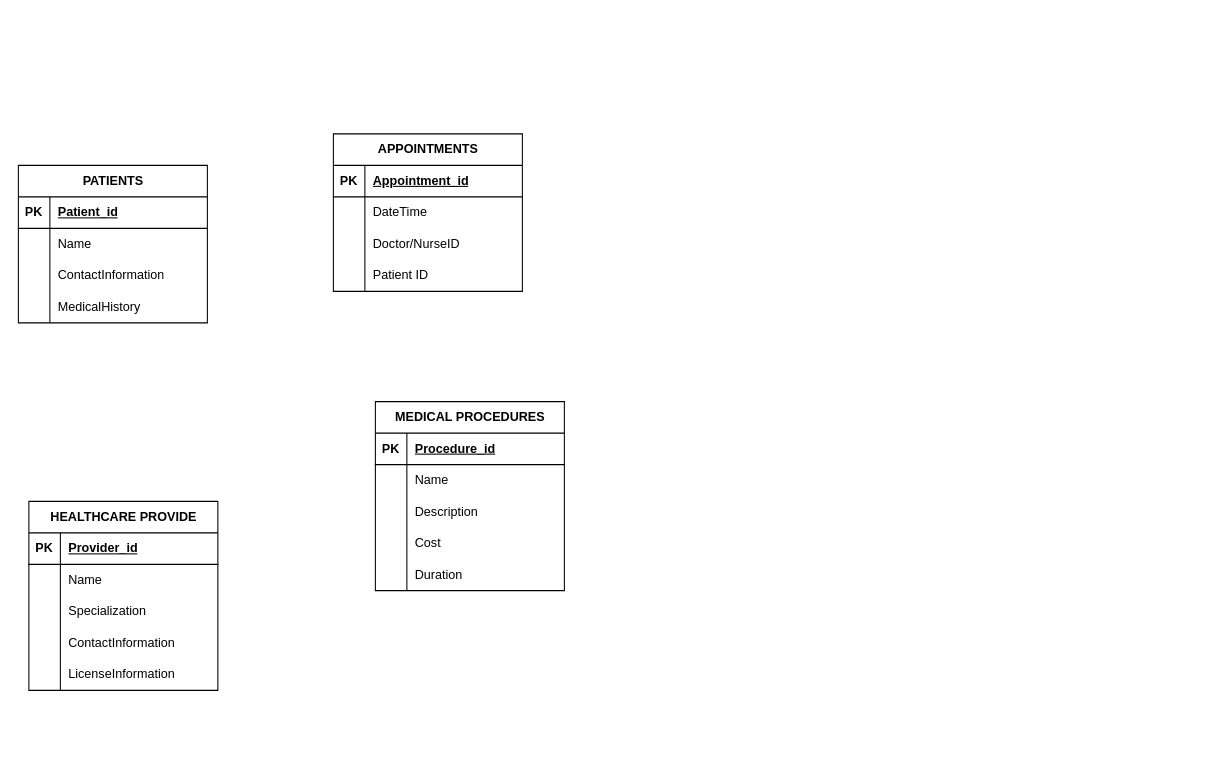
Above: page "Capstone" (5 of 5) of SP703.drawio in vinsanity2022/ERD_SP703 (draw.io), before the change. Source tidied: cells renumbered, new cells numbered last; positions are measured from the earlier drawing's top-left corner, leaving out a move shared by most shapes. Both pictures are drawn from the tidied source at 105%, with x=0, y=0 at pixel (18, 133).
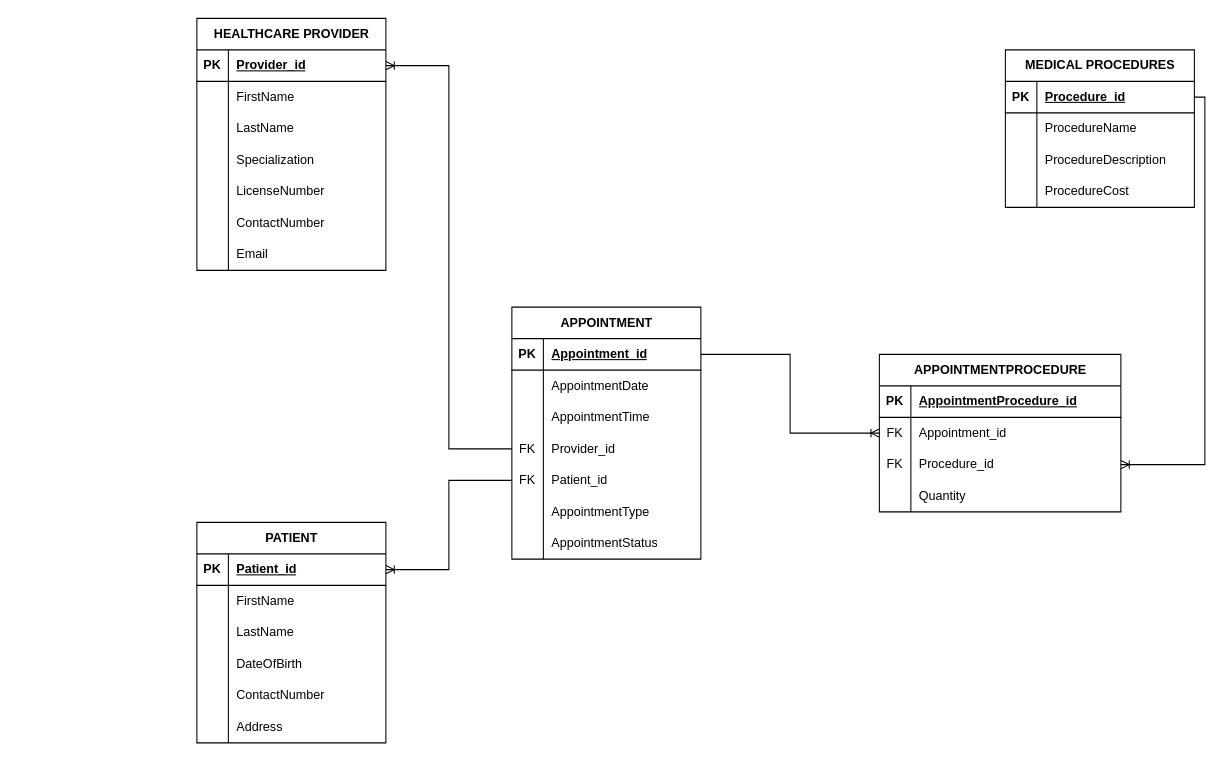
The same page after the edit.

Unchanged cells that the change refers to:
```xml
<mxCell id="3" style="shape=tableRow;horizontal=0;startSize=0;swimlaneHead=0;swimlaneBody=0;fillColor=none;points=[[0,0.5],[1,0.5]];portConstraint=eastwest;top=0;left=0;right=0;bottom=1;" parent="2" vertex="1">
  <mxGeometry y="30" width="180" height="30" as="geometry" />
</mxCell>
<mxCell id="6" style="shape=tableRow;horizontal=0;startSize=0;swimlaneHead=0;swimlaneBody=0;fillColor=none;top=0;left=0;right=0;bottom=0;" parent="2" vertex="1">
  <mxGeometry y="60" width="180" height="30" as="geometry" />
</mxCell>
<mxCell id="9" style="shape=tableRow;horizontal=0;startSize=0;swimlaneHead=0;swimlaneBody=0;fillColor=none;top=0;left=0;right=0;bottom=0;" parent="2" vertex="1">
  <mxGeometry y="90" width="180" height="30" as="geometry" />
</mxCell>
<mxCell id="12" style="shape=tableRow;horizontal=0;startSize=0;swimlaneHead=0;swimlaneBody=0;fillColor=none;top=0;left=0;right=0;bottom=0;" parent="2" vertex="1">
  <mxGeometry y="120" width="180" height="30" as="geometry" />
</mxCell>
<mxCell id="19" style="shape=tableRow;horizontal=0;startSize=0;swimlaneHead=0;swimlaneBody=0;fillColor=none;points=[[0,0.5],[1,0.5]];portConstraint=eastwest;top=0;left=0;right=0;bottom=1;" parent="18" vertex="1">
  <mxGeometry y="30" width="180" height="30" as="geometry" />
</mxCell>
<mxCell id="22" style="shape=tableRow;horizontal=0;startSize=0;swimlaneHead=0;swimlaneBody=0;fillColor=none;top=0;left=0;right=0;bottom=0;" parent="18" vertex="1">
  <mxGeometry y="60" width="180" height="30" as="geometry" />
</mxCell>
<mxCell id="25" style="shape=tableRow;horizontal=0;startSize=0;swimlaneHead=0;swimlaneBody=0;fillColor=none;top=0;left=0;right=0;bottom=0;" parent="18" vertex="1">
  <mxGeometry y="90" width="180" height="30" as="geometry" />
</mxCell>
<mxCell id="28" style="shape=tableRow;horizontal=0;startSize=0;swimlaneHead=0;swimlaneBody=0;fillColor=none;top=0;left=0;right=0;bottom=0;" parent="18" vertex="1">
  <mxGeometry y="120" width="180" height="30" as="geometry" />
</mxCell>
<mxCell id="31" style="shape=tableRow;horizontal=0;startSize=0;swimlaneHead=0;swimlaneBody=0;fillColor=none;top=0;left=0;right=0;bottom=0;" parent="18" vertex="1">
  <mxGeometry y="150" width="180" height="30" as="geometry" />
</mxCell>
<mxCell id="35" style="shape=tableRow;horizontal=0;startSize=0;swimlaneHead=0;swimlaneBody=0;fillColor=none;points=[[0,0.5],[1,0.5]];portConstraint=eastwest;top=0;left=0;right=0;bottom=1;" parent="34" vertex="1">
  <mxGeometry y="30" width="180" height="30" as="geometry" />
</mxCell>
<mxCell id="38" style="shape=tableRow;horizontal=0;startSize=0;swimlaneHead=0;swimlaneBody=0;fillColor=none;top=0;left=0;right=0;bottom=0;" parent="34" vertex="1">
  <mxGeometry y="60" width="180" height="30" as="geometry" />
</mxCell>
<mxCell id="41" style="shape=tableRow;horizontal=0;startSize=0;swimlaneHead=0;swimlaneBody=0;fillColor=none;top=0;left=0;right=0;bottom=0;" parent="34" vertex="1">
  <mxGeometry y="90" width="180" height="30" as="geometry" />
</mxCell>
<mxCell id="44" style="shape=tableRow;horizontal=0;startSize=0;swimlaneHead=0;swimlaneBody=0;fillColor=none;top=0;left=0;right=0;bottom=0;" parent="34" vertex="1">
  <mxGeometry y="120" width="180" height="30" as="geometry" />
</mxCell>
<mxCell id="48" style="shape=tableRow;horizontal=0;startSize=0;swimlaneHead=0;swimlaneBody=0;fillColor=none;points=[[0,0.5],[1,0.5]];portConstraint=eastwest;top=0;left=0;right=0;bottom=1;" parent="47" vertex="1">
  <mxGeometry y="30" width="180" height="30" as="geometry" />
</mxCell>
<mxCell id="51" style="shape=tableRow;horizontal=0;startSize=0;swimlaneHead=0;swimlaneBody=0;fillColor=none;top=0;left=0;right=0;bottom=0;" parent="47" vertex="1">
  <mxGeometry y="60" width="180" height="30" as="geometry" />
</mxCell>
<mxCell id="54" style="shape=tableRow;horizontal=0;startSize=0;swimlaneHead=0;swimlaneBody=0;fillColor=none;top=0;left=0;right=0;bottom=0;" parent="47" vertex="1">
  <mxGeometry y="90" width="180" height="30" as="geometry" />
</mxCell>
<mxCell id="57" style="shape=tableRow;horizontal=0;startSize=0;swimlaneHead=0;swimlaneBody=0;fillColor=none;points=[[0,0.5],[1,0.5]];portConstraint=eastwest;top=0;left=0;right=0;bottom=0;" parent="47" vertex="1">
  <mxGeometry y="120" width="180" height="30" as="geometry" />
</mxCell>
```

What changed in the source:
```diff
@@
     <mxCell id="2" value="MEDICAL PROCEDURES" style="shape=table;startSize=30;childLayout=tableLayout;rowLines=0;fontStyle=1;align=center;html=1;" parent="1" vertex="1">
-      <mxGeometry x="340" y="255" width="180" height="180" as="geometry" />
+      <mxGeometry x="940" y="-80" width="180" height="150" as="geometry" />
     </mxCell>
@@
-    <mxCell id="8" value="Name" style="shape=partialRectangle;fillColor=none;top=0;left=0;bottom=0;right=0;align=left;spacingLeft=6;overflow=hidden;whiteSpace=wrap;html=1;" parent="6" vertex="1">
+    <mxCell id="8" value="ProcedureName" style="shape=partialRectangle;fillColor=none;top=0;left=0;bottom=0;right=0;align=left;spacingLeft=6;overflow=hidden;whiteSpace=wrap;html=1;" parent="6" vertex="1">
       <mxGeometry x="30" width="150" height="30" as="geometry" />
     </mxCell>
@@
-    <mxCell id="11" value="Description" style="shape=partialRectangle;fillColor=none;top=0;left=0;bottom=0;right=0;align=left;spacingLeft=6;overflow=hidden;whiteSpace=wrap;html=1;" parent="9" vertex="1">
+    <mxCell id="11" value="ProcedureDescription" style="shape=partialRectangle;fillColor=none;top=0;left=0;bottom=0;right=0;align=left;spacingLeft=6;overflow=hidden;whiteSpace=wrap;html=1;" parent="9" vertex="1">
       <mxGeometry x="30" width="150" height="30" as="geometry" />
     </mxCell>
@@
-    <mxCell id="14" value="Cost" style="shape=partialRectangle;fillColor=none;top=0;left=0;bottom=0;right=0;align=left;spacingLeft=6;overflow=hidden;whiteSpace=wrap;html=1;" parent="12" vertex="1">
+    <mxCell id="14" value="ProcedureCost" style="shape=partialRectangle;fillColor=none;top=0;left=0;bottom=0;right=0;align=left;spacingLeft=6;overflow=hidden;whiteSpace=wrap;html=1;" parent="12" vertex="1">
       <mxGeometry x="30" width="150" height="30" as="geometry" />
     </mxCell>
-    <mxCell id="15" style="shape=tableRow;horizontal=0;startSize=0;swimlaneHead=0;swimlaneBody=0;fillColor=none;top=0;left=0;right=0;bottom=0;" parent="2" vertex="1">
-      <mxGeometry y="150" width="180" height="30" as="geometry" />
-    </mxCell>
-    <mxCell id="16" style="shape=partialRectangle;fillColor=none;top=0;left=0;bottom=0;right=0;overflow=hidden;whiteSpace=wrap;html=1;" parent="15" vertex="1">
-      <mxGeometry width="30" height="30" as="geometry" />
-    </mxCell>
-    <mxCell id="17" value="Duration" style="shape=partialRectangle;fillColor=none;top=0;left=0;bottom=0;right=0;align=left;spacingLeft=6;overflow=hidden;whiteSpace=wrap;html=1;" parent="15" vertex="1">
-      <mxGeometry x="30" width="150" height="30" as="geometry" />
-    </mxCell>
-    <mxCell id="18" value="HEALTHCARE PROVIDE" style="shape=table;startSize=30;childLayout=tableLayout;rowLines=0;fontStyle=1;align=center;html=1;" parent="1" vertex="1">
-      <mxGeometry x="10" y="350" width="180" height="180" as="geometry" />
+    <mxCell id="18" value="HEALTHCARE PROVIDER" style="shape=table;startSize=30;childLayout=tableLayout;rowLines=0;fontStyle=1;align=center;html=1;" parent="1" vertex="1">
+      <mxGeometry x="170" y="-110" width="180" height="240" as="geometry" />
     </mxCell>
@@
-    <mxCell id="24" value="Name" style="shape=partialRectangle;fillColor=none;top=0;left=0;bottom=0;right=0;align=left;spacingLeft=6;overflow=hidden;whiteSpace=wrap;html=1;" parent="22" vertex="1">
+    <mxCell id="24" value="FirstName" style="shape=partialRectangle;fillColor=none;top=0;left=0;bottom=0;right=0;align=left;spacingLeft=6;overflow=hidden;whiteSpace=wrap;html=1;" parent="22" vertex="1">
       <mxGeometry x="30" width="150" height="30" as="geometry" />
     </mxCell>
@@
-    <mxCell id="27" value="Specialization" style="shape=partialRectangle;fillColor=none;top=0;left=0;bottom=0;right=0;align=left;spacingLeft=6;overflow=hidden;whiteSpace=wrap;html=1;" parent="25" vertex="1">
+    <mxCell id="27" value="LastName" style="shape=partialRectangle;fillColor=none;top=0;left=0;bottom=0;right=0;align=left;spacingLeft=6;overflow=hidden;whiteSpace=wrap;html=1;" parent="25" vertex="1">
       <mxGeometry x="30" width="150" height="30" as="geometry" />
     </mxCell>
@@
-    <mxCell id="30" value="ContactInformation" style="shape=partialRectangle;fillColor=none;top=0;left=0;bottom=0;right=0;align=left;spacingLeft=6;overflow=hidden;whiteSpace=wrap;html=1;" parent="28" vertex="1">
+    <mxCell id="30" value="Specialization" style="shape=partialRectangle;fillColor=none;top=0;left=0;bottom=0;right=0;align=left;spacingLeft=6;overflow=hidden;whiteSpace=wrap;html=1;" parent="28" vertex="1">
       <mxGeometry x="30" width="150" height="30" as="geometry" />
     </mxCell>
@@
-    <mxCell id="33" value="LicenseInformation" style="shape=partialRectangle;fillColor=none;top=0;left=0;bottom=0;right=0;align=left;spacingLeft=6;overflow=hidden;whiteSpace=wrap;html=1;" parent="31" vertex="1">
+    <mxCell id="33" value="LicenseNumber" style="shape=partialRectangle;fillColor=none;top=0;left=0;bottom=0;right=0;align=left;spacingLeft=6;overflow=hidden;whiteSpace=wrap;html=1;" parent="31" vertex="1">
       <mxGeometry x="30" width="150" height="30" as="geometry" />
     </mxCell>
+    <mxCell id="60" style="shape=tableRow;horizontal=0;startSize=0;swimlaneHead=0;swimlaneBody=0;fillColor=none;top=0;left=0;right=0;bottom=0;" parent="18" vertex="1">
+      <mxGeometry y="180" width="180" height="30" as="geometry" />
+    </mxCell>
+    <mxCell id="61" style="shape=partialRectangle;fillColor=none;top=0;left=0;bottom=0;right=0;overflow=hidden;whiteSpace=wrap;html=1;" parent="60" vertex="1">
+      <mxGeometry width="30" height="30" as="geometry" />
+    </mxCell>
+    <mxCell id="62" value="ContactNumber" style="shape=partialRectangle;fillColor=none;top=0;left=0;bottom=0;right=0;align=left;spacingLeft=6;overflow=hidden;whiteSpace=wrap;html=1;" parent="60" vertex="1">
+      <mxGeometry x="30" width="150" height="30" as="geometry" />
+    </mxCell>
+    <mxCell id="63" style="shape=tableRow;horizontal=0;startSize=0;swimlaneHead=0;swimlaneBody=0;fillColor=none;top=0;left=0;right=0;bottom=0;" parent="18" vertex="1">
+      <mxGeometry y="210" width="180" height="30" as="geometry" />
+    </mxCell>
+    <mxCell id="64" style="shape=partialRectangle;fillColor=none;top=0;left=0;bottom=0;right=0;overflow=hidden;whiteSpace=wrap;html=1;" parent="63" vertex="1">
+      <mxGeometry width="30" height="30" as="geometry" />
+    </mxCell>
+    <mxCell id="65" value="Email" style="shape=partialRectangle;fillColor=none;top=0;left=0;bottom=0;right=0;align=left;spacingLeft=6;overflow=hidden;whiteSpace=wrap;html=1;" parent="63" vertex="1">
+      <mxGeometry x="30" width="150" height="30" as="geometry" />
+    </mxCell>
-    <mxCell id="34" value="PATIENTS" style="shape=table;startSize=30;childLayout=tableLayout;rowLines=0;fontStyle=1;align=center;html=1;" parent="1" vertex="1">
-      <mxGeometry y="30" width="180" height="150" as="geometry" />
+    <mxCell id="34" value="PATIENT" style="shape=table;startSize=30;childLayout=tableLayout;rowLines=0;fontStyle=1;align=center;html=1;" parent="1" vertex="1">
+      <mxGeometry x="170" y="370" width="180" height="210" as="geometry" />
     </mxCell>
@@
-    <mxCell id="40" value="Name" style="shape=partialRectangle;fillColor=none;top=0;left=0;bottom=0;right=0;align=left;spacingLeft=6;overflow=hidden;whiteSpace=wrap;html=1;" parent="38" vertex="1">
+    <mxCell id="40" value="FirstName" style="shape=partialRectangle;fillColor=none;top=0;left=0;bottom=0;right=0;align=left;spacingLeft=6;overflow=hidden;whiteSpace=wrap;html=1;" parent="38" vertex="1">
       <mxGeometry x="30" width="150" height="30" as="geometry" />
     </mxCell>
@@
-    <mxCell id="43" value="ContactInformation" style="shape=partialRectangle;fillColor=none;top=0;left=0;bottom=0;right=0;align=left;spacingLeft=6;overflow=hidden;whiteSpace=wrap;html=1;" parent="41" vertex="1">
+    <mxCell id="43" value="LastName" style="shape=partialRectangle;fillColor=none;top=0;left=0;bottom=0;right=0;align=left;spacingLeft=6;overflow=hidden;whiteSpace=wrap;html=1;" parent="41" vertex="1">
       <mxGeometry x="30" width="150" height="30" as="geometry" />
     </mxCell>
@@
-    <mxCell id="46" value="MedicalHistory" style="shape=partialRectangle;fillColor=none;top=0;left=0;bottom=0;right=0;align=left;spacingLeft=6;overflow=hidden;whiteSpace=wrap;html=1;" parent="44" vertex="1">
+    <mxCell id="46" value="DateOfBirth" style="shape=partialRectangle;fillColor=none;top=0;left=0;bottom=0;right=0;align=left;spacingLeft=6;overflow=hidden;whiteSpace=wrap;html=1;" parent="44" vertex="1">
       <mxGeometry x="30" width="150" height="30" as="geometry" />
     </mxCell>
+    <mxCell id="66" style="shape=tableRow;horizontal=0;startSize=0;swimlaneHead=0;swimlaneBody=0;fillColor=none;top=0;left=0;right=0;bottom=0;" parent="34" vertex="1">
+      <mxGeometry y="150" width="180" height="30" as="geometry" />
+    </mxCell>
+    <mxCell id="67" style="shape=partialRectangle;fillColor=none;top=0;left=0;bottom=0;right=0;overflow=hidden;whiteSpace=wrap;html=1;" parent="66" vertex="1">
+      <mxGeometry width="30" height="30" as="geometry" />
+    </mxCell>
+    <mxCell id="68" value="ContactNumber" style="shape=partialRectangle;fillColor=none;top=0;left=0;bottom=0;right=0;align=left;spacingLeft=6;overflow=hidden;whiteSpace=wrap;html=1;" parent="66" vertex="1">
+      <mxGeometry x="30" width="150" height="30" as="geometry" />
+    </mxCell>
+    <mxCell id="69" style="shape=tableRow;horizontal=0;startSize=0;swimlaneHead=0;swimlaneBody=0;fillColor=none;top=0;left=0;right=0;bottom=0;" parent="34" vertex="1">
+      <mxGeometry y="180" width="180" height="30" as="geometry" />
+    </mxCell>
+    <mxCell id="70" style="shape=partialRectangle;fillColor=none;top=0;left=0;bottom=0;right=0;overflow=hidden;whiteSpace=wrap;html=1;" parent="69" vertex="1">
+      <mxGeometry width="30" height="30" as="geometry" />
+    </mxCell>
+    <mxCell id="71" value="Address" style="shape=partialRectangle;fillColor=none;top=0;left=0;bottom=0;right=0;align=left;spacingLeft=6;overflow=hidden;whiteSpace=wrap;html=1;" parent="69" vertex="1">
+      <mxGeometry x="30" width="150" height="30" as="geometry" />
+    </mxCell>
-    <mxCell id="47" value="APPOINTMENTS" style="shape=table;startSize=30;childLayout=tableLayout;rowLines=0;fontStyle=1;align=center;html=1;" parent="1" vertex="1">
-      <mxGeometry x="300" width="180" height="150" as="geometry" />
+    <mxCell id="47" value="APPOINTMENT" style="shape=table;startSize=30;childLayout=tableLayout;rowLines=0;fontStyle=1;align=center;html=1;" parent="1" vertex="1">
+      <mxGeometry x="470" y="165" width="180" height="240" as="geometry" />
     </mxCell>
@@
-    <mxCell id="53" value="DateTime" style="shape=partialRectangle;fillColor=none;top=0;left=0;bottom=0;right=0;align=left;spacingLeft=6;overflow=hidden;whiteSpace=wrap;html=1;" parent="51" vertex="1">
+    <mxCell id="53" value="AppointmentDate" style="shape=partialRectangle;fillColor=none;top=0;left=0;bottom=0;right=0;align=left;spacingLeft=6;overflow=hidden;whiteSpace=wrap;html=1;" parent="51" vertex="1">
       <mxGeometry x="30" width="150" height="30" as="geometry" />
     </mxCell>
@@
-    <mxCell id="56" value="Doctor/NurseID" style="shape=partialRectangle;fillColor=none;top=0;left=0;bottom=0;right=0;align=left;spacingLeft=6;overflow=hidden;whiteSpace=wrap;html=1;" parent="54" vertex="1">
+    <mxCell id="56" value="AppointmentTime" style="shape=partialRectangle;fillColor=none;top=0;left=0;bottom=0;right=0;align=left;spacingLeft=6;overflow=hidden;whiteSpace=wrap;html=1;" parent="54" vertex="1">
       <mxGeometry x="30" width="150" height="30" as="geometry" />
     </mxCell>
@@
-    <mxCell id="58" style="shape=partialRectangle;fillColor=none;top=0;left=0;bottom=0;right=0;overflow=hidden;whiteSpace=wrap;html=1;" parent="57" vertex="1">
+    <mxCell id="58" value="FK" style="shape=partialRectangle;fillColor=none;top=0;left=0;bottom=0;right=0;overflow=hidden;whiteSpace=wrap;html=1;" parent="57" vertex="1">
       <mxGeometry width="30" height="30" as="geometry" />
     </mxCell>
-    <mxCell id="59" value="Patient ID" style="shape=partialRectangle;fillColor=none;top=0;left=0;bottom=0;right=0;align=left;spacingLeft=6;overflow=hidden;whiteSpace=wrap;html=1;" parent="57" vertex="1">
+    <mxCell id="59" value="Provider_id" style="shape=partialRectangle;fillColor=none;top=0;left=0;bottom=0;right=0;align=left;spacingLeft=6;overflow=hidden;whiteSpace=wrap;html=1;" parent="57" vertex="1">
       <mxGeometry x="30" width="150" height="30" as="geometry" />
     </mxCell>
+    <mxCell id="72" style="shape=tableRow;horizontal=0;startSize=0;swimlaneHead=0;swimlaneBody=0;fillColor=none;points=[[0,0.5],[1,0.5]];portConstraint=eastwest;top=0;left=0;right=0;bottom=0;" parent="47" vertex="1">
+      <mxGeometry y="150" width="180" height="30" as="geometry" />
+    </mxCell>
+    <mxCell id="73" value="FK" style="shape=partialRectangle;fillColor=none;top=0;left=0;bottom=0;right=0;overflow=hidden;whiteSpace=wrap;html=1;" parent="72" vertex="1">
+      <mxGeometry width="30" height="30" as="geometry" />
+    </mxCell>
+    <mxCell id="74" value="Patient_id" style="shape=partialRectangle;fillColor=none;top=0;left=0;bottom=0;right=0;align=left;spacingLeft=6;overflow=hidden;whiteSpace=wrap;html=1;" parent="72" vertex="1">
+      <mxGeometry x="30" width="150" height="30" as="geometry" />
+    </mxCell>
+    <mxCell id="75" style="shape=tableRow;horizontal=0;startSize=0;swimlaneHead=0;swimlaneBody=0;fillColor=none;top=0;left=0;right=0;bottom=0;" parent="47" vertex="1">
+      <mxGeometry y="180" width="180" height="30" as="geometry" />
+    </mxCell>
+    <mxCell id="76" style="shape=partialRectangle;fillColor=none;top=0;left=0;bottom=0;right=0;overflow=hidden;whiteSpace=wrap;html=1;" parent="75" vertex="1">
+      <mxGeometry width="30" height="30" as="geometry" />
+    </mxCell>
+    <mxCell id="77" value="AppointmentType" style="shape=partialRectangle;fillColor=none;top=0;left=0;bottom=0;right=0;align=left;spacingLeft=6;overflow=hidden;whiteSpace=wrap;html=1;" parent="75" vertex="1">
+      <mxGeometry x="30" width="150" height="30" as="geometry" />
+    </mxCell>
+    <mxCell id="78" style="shape=tableRow;horizontal=0;startSize=0;swimlaneHead=0;swimlaneBody=0;fillColor=none;top=0;left=0;right=0;bottom=0;" parent="47" vertex="1">
+      <mxGeometry y="210" width="180" height="30" as="geometry" />
+    </mxCell>
+    <mxCell id="79" style="shape=partialRectangle;fillColor=none;top=0;left=0;bottom=0;right=0;overflow=hidden;whiteSpace=wrap;html=1;" parent="78" vertex="1">
+      <mxGeometry width="30" height="30" as="geometry" />
+    </mxCell>
+    <mxCell id="80" value="AppointmentStatus" style="shape=partialRectangle;fillColor=none;top=0;left=0;bottom=0;right=0;align=left;spacingLeft=6;overflow=hidden;whiteSpace=wrap;html=1;" parent="78" vertex="1">
+      <mxGeometry x="30" width="150" height="30" as="geometry" />
+    </mxCell>
+    <mxCell id="81" style="edgeStyle=orthogonalEdgeStyle;fontSize=12;html=1;endArrow=ERoneToMany;rounded=0;exitX=0;exitY=0.5;exitDx=0;exitDy=0;entryX=1;entryY=0.5;entryDx=0;entryDy=0;" parent="1" edge="1" source="72" target="35">
+      <mxGeometry relative="1" as="geometry" />
+    </mxCell>
+    <mxCell id="82" style="edgeStyle=orthogonalEdgeStyle;fontSize=12;html=1;endArrow=ERoneToMany;rounded=0;exitX=0;exitY=0.5;exitDx=0;exitDy=0;entryX=1;entryY=0.5;entryDx=0;entryDy=0;" parent="1" edge="1" source="57" target="19">
+      <mxGeometry relative="1" as="geometry" />
+    </mxCell>
+    <mxCell id="83" value="APPOINTMENTPROCEDURE" style="shape=table;startSize=30;childLayout=tableLayout;rowLines=0;fontStyle=1;align=center;html=1;" parent="1" vertex="1">
+      <mxGeometry x="820" y="210" width="230" height="150" as="geometry" />
+    </mxCell>
+    <mxCell id="84" style="shape=tableRow;horizontal=0;startSize=0;swimlaneHead=0;swimlaneBody=0;fillColor=none;top=0;left=0;right=0;bottom=1;" parent="83" vertex="1">
+      <mxGeometry y="30" width="230" height="30" as="geometry" />
+    </mxCell>
+    <mxCell id="85" value="PK" style="shape=partialRectangle;fillColor=none;top=0;left=0;bottom=0;right=0;fontStyle=1;overflow=hidden;whiteSpace=wrap;html=1;" parent="84" vertex="1">
+      <mxGeometry width="30" height="30" as="geometry" />
+    </mxCell>
+    <mxCell id="86" value="AppointmentProcedure_id" style="shape=partialRectangle;fillColor=none;top=0;left=0;bottom=0;right=0;align=left;spacingLeft=6;fontStyle=5;overflow=hidden;whiteSpace=wrap;html=1;" parent="84" vertex="1">
+      <mxGeometry x="30" width="200" height="30" as="geometry" />
+    </mxCell>
+    <mxCell id="87" style="shape=tableRow;horizontal=0;startSize=0;swimlaneHead=0;swimlaneBody=0;fillColor=none;points=[[0,0.5],[1,0.5]];portConstraint=eastwest;top=0;left=0;right=0;bottom=0;" parent="83" vertex="1">
+      <mxGeometry y="60" width="230" height="30" as="geometry" />
+    </mxCell>
+    <mxCell id="88" value="FK" style="shape=partialRectangle;fillColor=none;top=0;left=0;bottom=0;right=0;overflow=hidden;whiteSpace=wrap;html=1;" parent="87" vertex="1">
+      <mxGeometry width="30" height="30" as="geometry" />
+    </mxCell>
+    <mxCell id="89" value="Appointment_id" style="shape=partialRectangle;fillColor=none;top=0;left=0;bottom=0;right=0;align=left;spacingLeft=6;overflow=hidden;whiteSpace=wrap;html=1;" parent="87" vertex="1">
+      <mxGeometry x="30" width="200" height="30" as="geometry" />
+    </mxCell>
+    <mxCell id="90" style="shape=tableRow;horizontal=0;startSize=0;swimlaneHead=0;swimlaneBody=0;fillColor=none;points=[[0,0.5],[1,0.5]];portConstraint=eastwest;top=0;left=0;right=0;bottom=0;" parent="83" vertex="1">
+      <mxGeometry y="90" width="230" height="30" as="geometry" />
+    </mxCell>
+    <mxCell id="91" value="FK" style="shape=partialRectangle;fillColor=none;top=0;left=0;bottom=0;right=0;overflow=hidden;whiteSpace=wrap;html=1;" parent="90" vertex="1">
+      <mxGeometry width="30" height="30" as="geometry" />
+    </mxCell>
+    <mxCell id="92" value="Procedure_id" style="shape=partialRectangle;fillColor=none;top=0;left=0;bottom=0;right=0;align=left;spacingLeft=6;overflow=hidden;whiteSpace=wrap;html=1;" parent="90" vertex="1">
+      <mxGeometry x="30" width="200" height="30" as="geometry" />
+    </mxCell>
+    <mxCell id="93" style="shape=tableRow;horizontal=0;startSize=0;swimlaneHead=0;swimlaneBody=0;fillColor=none;top=0;left=0;right=0;bottom=0;" parent="83" vertex="1">
+      <mxGeometry y="120" width="230" height="30" as="geometry" />
+    </mxCell>
+    <mxCell id="94" style="shape=partialRectangle;fillColor=none;top=0;left=0;bottom=0;right=0;overflow=hidden;whiteSpace=wrap;html=1;" parent="93" vertex="1">
+      <mxGeometry width="30" height="30" as="geometry" />
+    </mxCell>
+    <mxCell id="95" value="Quantity" style="shape=partialRectangle;fillColor=none;top=0;left=0;bottom=0;right=0;align=left;spacingLeft=6;overflow=hidden;whiteSpace=wrap;html=1;" parent="93" vertex="1">
+      <mxGeometry x="30" width="200" height="30" as="geometry" />
+    </mxCell>
+    <mxCell id="96" style="edgeStyle=orthogonalEdgeStyle;fontSize=12;html=1;endArrow=ERoneToMany;rounded=0;exitX=1;exitY=0.5;exitDx=0;exitDy=0;entryX=0;entryY=0.5;entryDx=0;entryDy=0;" parent="1" edge="1" source="48" target="87">
+      <mxGeometry relative="1" as="geometry" />
+    </mxCell>
+    <mxCell id="97" style="edgeStyle=orthogonalEdgeStyle;fontSize=12;html=1;endArrow=ERoneToMany;rounded=0;exitX=1;exitY=0.5;exitDx=0;exitDy=0;" parent="1" edge="1" source="3" target="90">
+      <mxGeometry relative="1" as="geometry" />
+    </mxCell>
```
